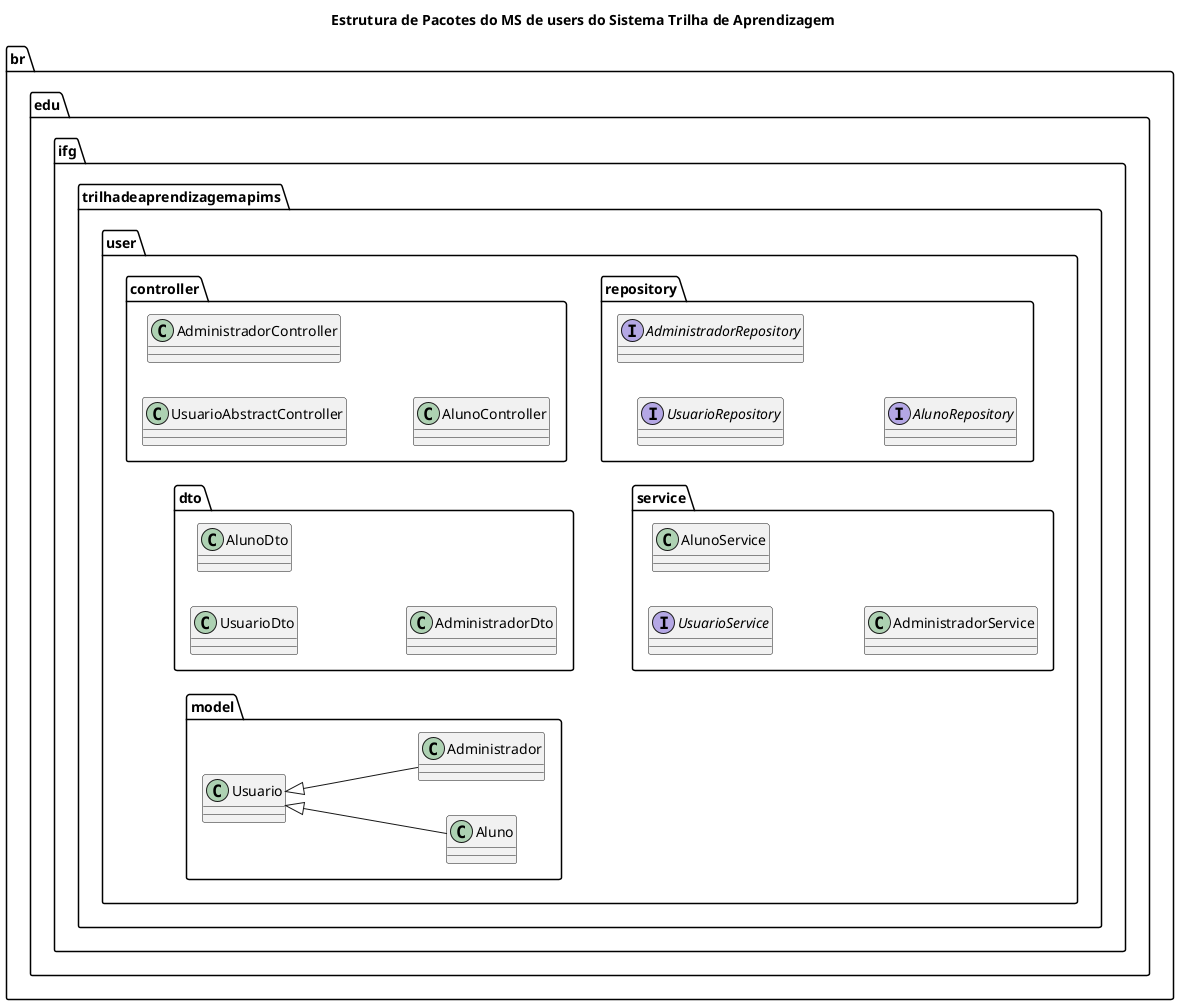
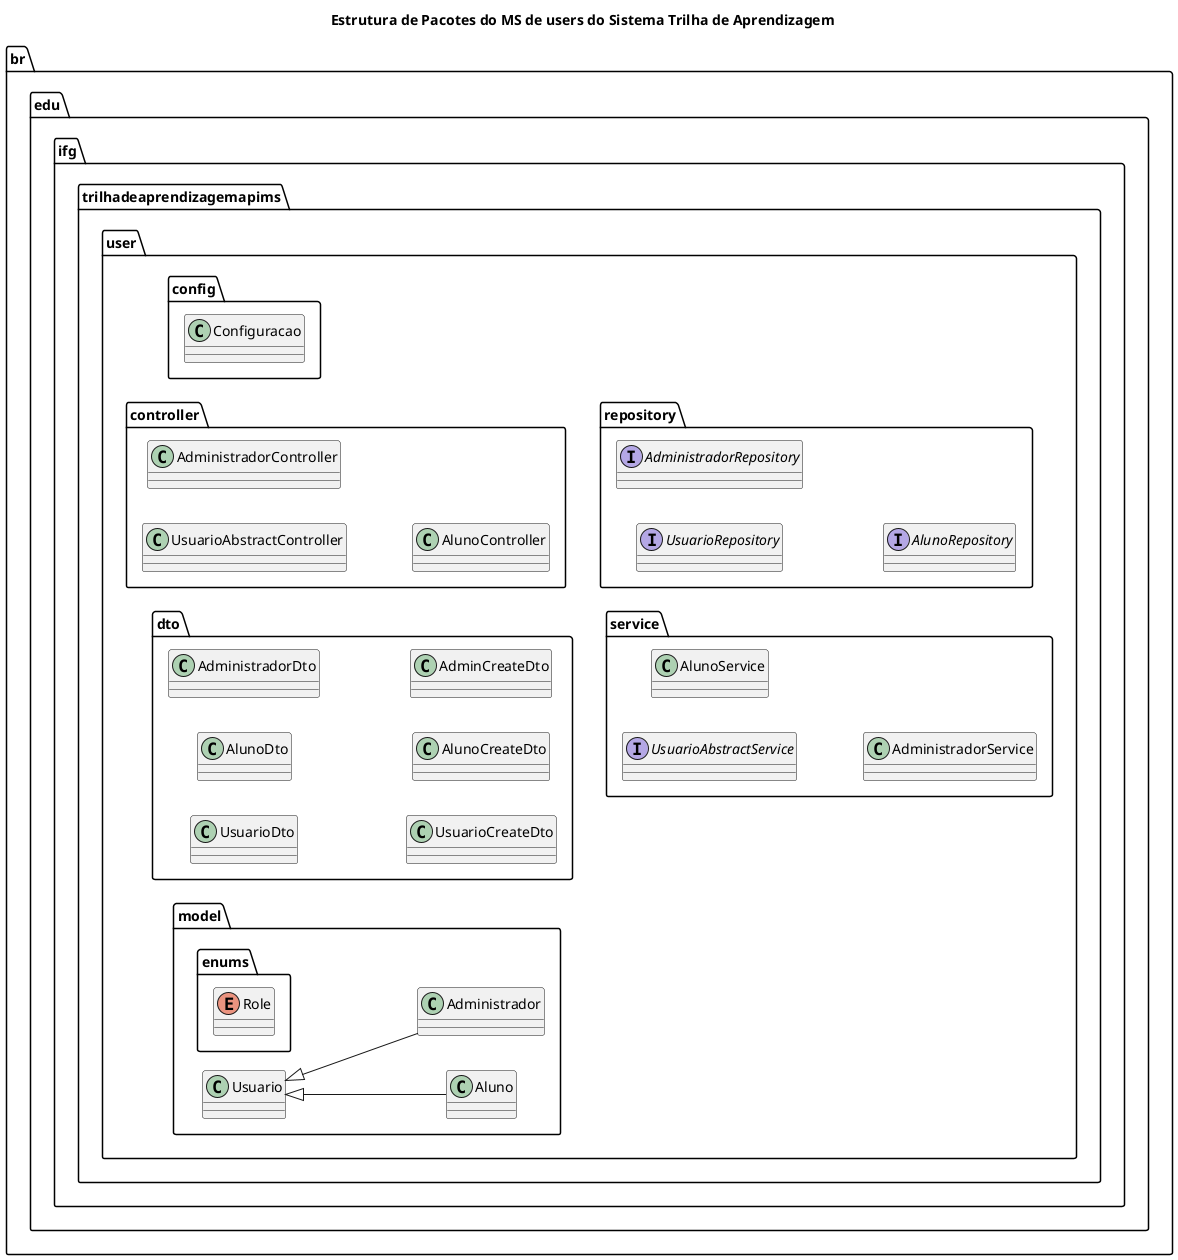
@startuml
left to right direction
title Estrutura de Pacotes do MS de users do Sistema Trilha de Aprendizagem

' Organização de pacotes
package br {
    package edu {
        package ifg {
              package trilhadeaprendizagemapims.user {
+                     package config {
+                         class Configuracao
+                     }
+ 
                    package controller {
                        class UsuarioAbstractController
                        class AdministradorController
                        class AlunoController
                    }

                    package dto {
                        class UsuarioDto
                        class AlunoDto /'extende de usuarioDto'/
                        class AdministradorDto /'extende de usuarioDto'/
+                         class UsuarioCreateDto
+                         class AlunoCreateDto
+                         class AdminCreateDto
                    }

                    package model {
                        class Aluno
                        class Usuario
                        class Administrador
+ 
+                         package enums{
+                             enum Role
+                         }

                        Usuario <|-- Aluno
                        Usuario <|-- Administrador
                    }

                    package repository {
                        interface UsuarioRepository
                        interface AdministradorRepository
                        interface AlunoRepository
                    }

                    package service {
-                         interface UsuarioService
+                         interface UsuarioAbstractService
                        class AlunoService
                        class AdministradorService
                    }
              }
        }
    }
}

' Dependências entre camadas


@enduml